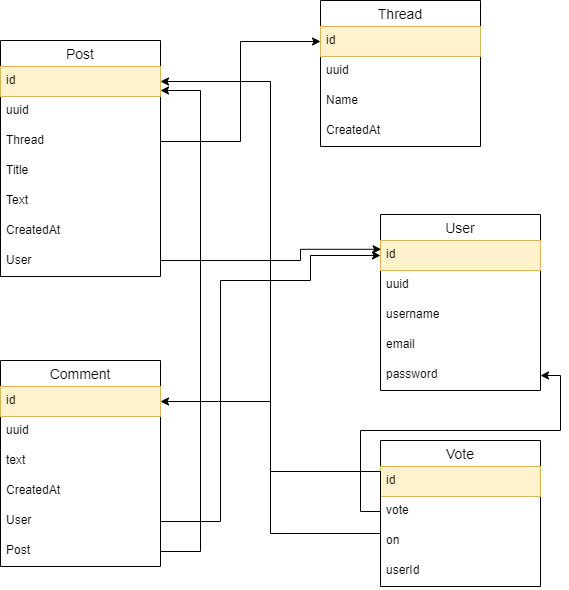
Earlier version of the draw.io export docs/db-schema.drawio.png (3zbumban/php-reddit-clone). Source tidied: cells renumbered, new cells last; positions are measured from the earlier drawing's top-left corner, leaving out a move shared by most shapes. Source of this version:
```xml
<mxGraphModel>
  <root>
    <mxCell id="0" />
    <mxCell id="1" parent="0" />
    <mxCell id="2" value="Thread" style="swimlane;fontStyle=0;horizontal=1;startSize=26;align=center;fontSize=14;" parent="1" vertex="1">
      <mxGeometry x="320" width="160" height="146" as="geometry" />
    </mxCell>
    <mxCell id="3" value="id" style="text;strokeColor=#d6b656;fillColor=#fff2cc;spacingLeft=4;spacingRight=4;overflow=hidden;points=[[0,0.5],[1,0.5]];portConstraint=eastwest;fontSize=12;" parent="2" vertex="1">
      <mxGeometry y="26" width="160" height="30" as="geometry" />
    </mxCell>
    <mxCell id="4" value="uuid" style="text;strokeColor=none;fillColor=none;spacingLeft=4;spacingRight=4;overflow=hidden;fontSize=12;" parent="2" vertex="1">
      <mxGeometry y="56" width="160" height="30" as="geometry" />
    </mxCell>
    <mxCell id="5" value="Name" style="text;strokeColor=none;fillColor=none;spacingLeft=4;spacingRight=4;overflow=hidden;fontSize=12;" parent="2" vertex="1">
      <mxGeometry y="86" width="160" height="30" as="geometry" />
    </mxCell>
    <mxCell id="6" value="CreatedAt" style="text;strokeColor=none;fillColor=none;spacingLeft=4;spacingRight=4;overflow=hidden;fontSize=12;" parent="2" vertex="1">
      <mxGeometry y="116" width="160" height="30" as="geometry" />
    </mxCell>
    <mxCell id="7" value="Post" style="swimlane;fontStyle=0;horizontal=1;startSize=26;align=center;fontSize=14;" parent="1" vertex="1">
      <mxGeometry y="40" width="160" height="236" as="geometry" />
    </mxCell>
    <mxCell id="8" value="id" style="text;strokeColor=#d6b656;fillColor=#fff2cc;spacingLeft=4;spacingRight=4;overflow=hidden;points=[[0,0.5],[1,0.5]];portConstraint=eastwest;fontSize=12;" parent="7" vertex="1">
      <mxGeometry y="26" width="160" height="30" as="geometry" />
    </mxCell>
    <mxCell id="9" value="uuid" style="text;strokeColor=none;fillColor=none;spacingLeft=4;spacingRight=4;overflow=hidden;fontSize=12;" parent="7" vertex="1">
      <mxGeometry y="56" width="160" height="30" as="geometry" />
    </mxCell>
    <mxCell id="10" value="Thread" style="text;strokeColor=none;fillColor=none;spacingLeft=4;spacingRight=4;overflow=hidden;points=[[0,0.5],[1,0.5]];portConstraint=eastwest;fontSize=12;" parent="7" vertex="1">
      <mxGeometry y="86" width="160" height="30" as="geometry" />
    </mxCell>
    <mxCell id="11" value="Title" style="text;strokeColor=none;fillColor=none;spacingLeft=4;spacingRight=4;overflow=hidden;fontSize=12;" parent="7" vertex="1">
      <mxGeometry y="116" width="160" height="30" as="geometry" />
    </mxCell>
    <mxCell id="12" value="Text" style="text;strokeColor=none;fillColor=none;spacingLeft=4;spacingRight=4;overflow=hidden;fontSize=12;" parent="7" vertex="1">
      <mxGeometry y="146" width="160" height="30" as="geometry" />
    </mxCell>
    <mxCell id="13" value="CreatedAt" style="text;strokeColor=none;fillColor=none;spacingLeft=4;spacingRight=4;overflow=hidden;fontSize=12;" parent="7" vertex="1">
      <mxGeometry y="176" width="160" height="30" as="geometry" />
    </mxCell>
    <mxCell id="14" value="User" style="text;strokeColor=none;fillColor=none;spacingLeft=4;spacingRight=4;overflow=hidden;fontSize=12;" parent="7" vertex="1">
      <mxGeometry y="206" width="160" height="30" as="geometry" />
    </mxCell>
    <mxCell id="15" value="User" style="swimlane;fontStyle=0;horizontal=1;startSize=26;align=center;fontSize=14;" parent="1" vertex="1">
      <mxGeometry x="380" y="214" width="160" height="176" as="geometry" />
    </mxCell>
    <mxCell id="16" value="id" style="text;strokeColor=#d6b656;fillColor=#fff2cc;spacingLeft=4;spacingRight=4;overflow=hidden;points=[[0,0.5],[1,0.5]];portConstraint=eastwest;fontSize=12;" parent="15" vertex="1">
      <mxGeometry y="26" width="160" height="30" as="geometry" />
    </mxCell>
    <mxCell id="17" value="uuid" style="text;strokeColor=none;fillColor=none;spacingLeft=4;spacingRight=4;overflow=hidden;fontSize=12;" parent="15" vertex="1">
      <mxGeometry y="56" width="160" height="30" as="geometry" />
    </mxCell>
    <mxCell id="18" value="username " style="text;strokeColor=none;fillColor=none;spacingLeft=4;spacingRight=4;overflow=hidden;fontSize=12;" parent="15" vertex="1">
      <mxGeometry y="86" width="160" height="30" as="geometry" />
    </mxCell>
    <mxCell id="19" value="email" style="text;strokeColor=none;fillColor=none;spacingLeft=4;spacingRight=4;overflow=hidden;fontSize=12;" parent="15" vertex="1">
      <mxGeometry y="116" width="160" height="30" as="geometry" />
    </mxCell>
    <mxCell id="20" value="password" style="text;strokeColor=none;fillColor=none;spacingLeft=4;spacingRight=4;overflow=hidden;points=[[0,0.5],[1,0.5]];portConstraint=eastwest;fontSize=12;" parent="15" vertex="1">
      <mxGeometry y="146" width="160" height="30" as="geometry" />
    </mxCell>
    <mxCell id="21" value="Comment" style="swimlane;fontStyle=0;horizontal=1;startSize=26;align=center;fontSize=14;" parent="1" vertex="1">
      <mxGeometry y="360" width="160" height="206" as="geometry" />
    </mxCell>
    <mxCell id="22" value="id" style="text;strokeColor=#d6b656;fillColor=#fff2cc;spacingLeft=4;spacingRight=4;overflow=hidden;points=[[0,0.5],[1,0.5]];portConstraint=eastwest;fontSize=12;" parent="21" vertex="1">
      <mxGeometry y="26" width="160" height="30" as="geometry" />
    </mxCell>
    <mxCell id="23" value="uuid" style="text;strokeColor=none;fillColor=none;spacingLeft=4;spacingRight=4;overflow=hidden;fontSize=12;" parent="21" vertex="1">
      <mxGeometry y="56" width="160" height="30" as="geometry" />
    </mxCell>
    <mxCell id="24" value="text" style="text;strokeColor=none;fillColor=none;spacingLeft=4;spacingRight=4;overflow=hidden;fontSize=12;" parent="21" vertex="1">
      <mxGeometry y="86" width="160" height="30" as="geometry" />
    </mxCell>
    <mxCell id="25" value="CreatedAt" style="text;strokeColor=none;fillColor=none;spacingLeft=4;spacingRight=4;overflow=hidden;fontSize=12;" parent="21" vertex="1">
      <mxGeometry y="116" width="160" height="30" as="geometry" />
    </mxCell>
    <mxCell id="26" value="User" style="text;strokeColor=none;fillColor=none;spacingLeft=4;spacingRight=4;overflow=hidden;points=[[0,0.5],[1,0.5]];portConstraint=eastwest;fontSize=12;shadow=0;" parent="21" vertex="1">
      <mxGeometry y="146" width="160" height="30" as="geometry" />
    </mxCell>
    <mxCell id="27" value="Post" style="text;strokeColor=none;fillColor=none;spacingLeft=4;spacingRight=4;overflow=hidden;points=[[0,0.5],[1,0.5]];portConstraint=eastwest;fontSize=12;" parent="21" vertex="1">
      <mxGeometry y="176" width="160" height="30" as="geometry" />
    </mxCell>
    <mxCell id="28" style="edgeStyle=orthogonalEdgeStyle;rounded=0;jettySize=auto;html=1;entryX=0.004;entryY=0.293;entryDx=0;entryDy=0;entryPerimeter=0;" parent="1" edge="1" target="16">
      <mxGeometry relative="1" as="geometry">
        <mxPoint x="160" y="260" as="sourcePoint" />
        <Array as="points">
          <mxPoint x="300" y="260" />
          <mxPoint x="300" y="249" />
        </Array>
      </mxGeometry>
    </mxCell>
    <mxCell id="29" style="edgeStyle=orthogonalEdgeStyle;rounded=0;jettySize=auto;html=1;exitX=1;exitY=0.5;exitDx=0;exitDy=0;entryX=0;entryY=0.5;entryDx=0;entryDy=0;" parent="1" edge="1" source="26" target="16">
      <mxGeometry relative="1" as="geometry">
        <Array as="points">
          <mxPoint x="220" y="521" />
          <mxPoint x="220" y="280" />
          <mxPoint x="310" y="280" />
          <mxPoint x="310" y="255" />
        </Array>
      </mxGeometry>
    </mxCell>
    <mxCell id="30" style="edgeStyle=orthogonalEdgeStyle;rounded=0;jettySize=auto;html=1;exitX=1;exitY=0.5;exitDx=0;exitDy=0;" parent="1" edge="1" source="27">
      <mxGeometry relative="1" as="geometry">
        <mxPoint x="160" y="90" as="targetPoint" />
        <Array as="points">
          <mxPoint x="200" y="551" />
          <mxPoint x="200" y="90" />
          <mxPoint x="160" y="90" />
        </Array>
      </mxGeometry>
    </mxCell>
    <mxCell id="31" style="edgeStyle=orthogonalEdgeStyle;rounded=0;jettySize=auto;html=1;" parent="1" edge="1" source="10" target="3">
      <mxGeometry relative="1" as="geometry" />
    </mxCell>
    <mxCell id="32" value="Vote" style="swimlane;fontStyle=0;horizontal=1;startSize=26;align=center;fontSize=14;fillColor=none;" parent="1" vertex="1">
      <mxGeometry x="380" y="440" width="160" height="146" as="geometry" />
    </mxCell>
    <mxCell id="33" value="id" style="text;strokeColor=#d6b656;fillColor=#fff2cc;spacingLeft=4;spacingRight=4;overflow=hidden;fontSize=12;" parent="32" vertex="1">
      <mxGeometry y="26" width="160" height="30" as="geometry" />
    </mxCell>
    <mxCell id="34" value="vote" style="text;strokeColor=none;fillColor=none;spacingLeft=4;spacingRight=4;overflow=hidden;points=[[0,0.5],[1,0.5]];portConstraint=eastwest;fontSize=12;" parent="32" vertex="1">
      <mxGeometry y="56" width="160" height="30" as="geometry" />
    </mxCell>
    <mxCell id="35" value="on&#10;" style="text;strokeColor=none;fillColor=none;spacingLeft=4;spacingRight=4;overflow=hidden;points=[[0,0.5],[1,0.5]];portConstraint=eastwest;fontSize=12;" parent="32" vertex="1">
      <mxGeometry y="86" width="160" height="30" as="geometry" />
    </mxCell>
    <mxCell id="36" value="userId" style="text;strokeColor=none;fillColor=none;spacingLeft=4;spacingRight=4;overflow=hidden;points=[[0,0.5],[1,0.5]];portConstraint=eastwest;fontSize=12;" parent="32" vertex="1">
      <mxGeometry y="116" width="160" height="30" as="geometry" />
    </mxCell>
    <mxCell id="37" style="edgeStyle=orthogonalEdgeStyle;rounded=0;jettySize=auto;html=1;exitX=1;exitY=0.5;exitDx=0;exitDy=0;entryX=0;entryY=0.5;entryDx=0;entryDy=0;endArrow=none;endFill=0;startArrow=classic;startFill=1;" parent="1" edge="1" source="22" target="35">
      <mxGeometry relative="1" as="geometry">
        <Array as="points">
          <mxPoint x="270" y="401" />
          <mxPoint x="270" y="471" />
        </Array>
      </mxGeometry>
    </mxCell>
    <mxCell id="38" style="edgeStyle=orthogonalEdgeStyle;rounded=0;jettySize=auto;html=1;exitX=1;exitY=0.5;exitDx=0;exitDy=0;entryX=0;entryY=0.233;entryDx=0;entryDy=0;entryPerimeter=0;endArrow=none;endFill=0;startArrow=classic;startFill=1;" parent="1" edge="1" source="8" target="35">
      <mxGeometry relative="1" as="geometry" />
    </mxCell>
    <mxCell id="39" style="edgeStyle=orthogonalEdgeStyle;rounded=0;jettySize=auto;html=1;" parent="1" edge="1" source="34" target="20">
      <mxGeometry relative="1" as="geometry">
        <Array as="points">
          <mxPoint x="360" y="511" />
          <mxPoint x="360" y="430" />
          <mxPoint x="560" y="430" />
          <mxPoint x="560" y="375" />
        </Array>
      </mxGeometry>
    </mxCell>
  </root>
</mxGraphModel>
```
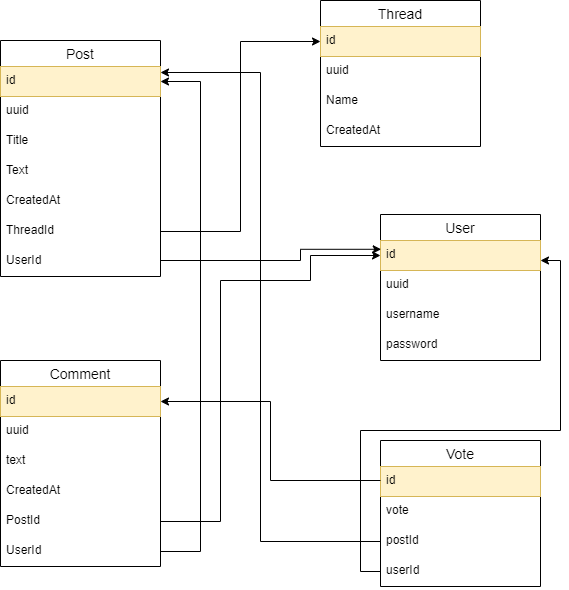
Later version of the same file.

Commit message:
todos and drawings

What changed in the source:
```diff
@@ -26,23 +26,23 @@
     <mxCell id="9" value="uuid" style="text;strokeColor=none;fillColor=none;spacingLeft=4;spacingRight=4;overflow=hidden;fontSize=12;" parent="7" vertex="1">
       <mxGeometry y="56" width="160" height="30" as="geometry" />
     </mxCell>
-    <mxCell id="10" value="Thread" style="text;strokeColor=none;fillColor=none;spacingLeft=4;spacingRight=4;overflow=hidden;points=[[0,0.5],[1,0.5]];portConstraint=eastwest;fontSize=12;" parent="7" vertex="1">
-      <mxGeometry y="86" width="160" height="30" as="geometry" />
-    </mxCell>
     <mxCell id="11" value="Title" style="text;strokeColor=none;fillColor=none;spacingLeft=4;spacingRight=4;overflow=hidden;fontSize=12;" parent="7" vertex="1">
-      <mxGeometry y="116" width="160" height="30" as="geometry" />
+      <mxGeometry y="86" width="160" height="30" as="geometry" />
     </mxCell>
     <mxCell id="12" value="Text" style="text;strokeColor=none;fillColor=none;spacingLeft=4;spacingRight=4;overflow=hidden;fontSize=12;" parent="7" vertex="1">
-      <mxGeometry y="146" width="160" height="30" as="geometry" />
+      <mxGeometry y="116" width="160" height="30" as="geometry" />
     </mxCell>
     <mxCell id="13" value="CreatedAt" style="text;strokeColor=none;fillColor=none;spacingLeft=4;spacingRight=4;overflow=hidden;fontSize=12;" parent="7" vertex="1">
-      <mxGeometry y="176" width="160" height="30" as="geometry" />
+      <mxGeometry y="146" width="160" height="30" as="geometry" />
     </mxCell>
+    <mxCell id="10" value="ThreadId&#10;" style="text;strokeColor=none;fillColor=none;spacingLeft=4;spacingRight=4;overflow=hidden;points=[[0,0.5],[1,0.5]];portConstraint=eastwest;fontSize=12;" parent="7" vertex="1">
+      <mxGeometry y="176" width="160" height="30" as="geometry" />
+    </mxCell>
-    <mxCell id="14" value="User" style="text;strokeColor=none;fillColor=none;spacingLeft=4;spacingRight=4;overflow=hidden;fontSize=12;" parent="7" vertex="1">
+    <mxCell id="14" value="UserId" style="text;strokeColor=none;fillColor=none;spacingLeft=4;spacingRight=4;overflow=hidden;fontSize=12;" parent="7" vertex="1">
       <mxGeometry y="206" width="160" height="30" as="geometry" />
     </mxCell>
     <mxCell id="15" value="User" style="swimlane;fontStyle=0;horizontal=1;startSize=26;align=center;fontSize=14;" parent="1" vertex="1">
-      <mxGeometry x="380" y="214" width="160" height="176" as="geometry" />
+      <mxGeometry x="380" y="214" width="160" height="146" as="geometry" />
     </mxCell>
     <mxCell id="16" value="id" style="text;strokeColor=#d6b656;fillColor=#fff2cc;spacingLeft=4;spacingRight=4;overflow=hidden;points=[[0,0.5],[1,0.5]];portConstraint=eastwest;fontSize=12;" parent="15" vertex="1">
       <mxGeometry y="26" width="160" height="30" as="geometry" />
@@ -53,11 +53,8 @@
     <mxCell id="18" value="username " style="text;strokeColor=none;fillColor=none;spacingLeft=4;spacingRight=4;overflow=hidden;fontSize=12;" parent="15" vertex="1">
       <mxGeometry y="86" width="160" height="30" as="geometry" />
     </mxCell>
-    <mxCell id="19" value="email" style="text;strokeColor=none;fillColor=none;spacingLeft=4;spacingRight=4;overflow=hidden;fontSize=12;" parent="15" vertex="1">
-      <mxGeometry y="116" width="160" height="30" as="geometry" />
-    </mxCell>
     <mxCell id="20" value="password" style="text;strokeColor=none;fillColor=none;spacingLeft=4;spacingRight=4;overflow=hidden;points=[[0,0.5],[1,0.5]];portConstraint=eastwest;fontSize=12;" parent="15" vertex="1">
-      <mxGeometry y="146" width="160" height="30" as="geometry" />
+      <mxGeometry y="116" width="160" height="30" as="geometry" />
     </mxCell>
     <mxCell id="21" value="Comment" style="swimlane;fontStyle=0;horizontal=1;startSize=26;align=center;fontSize=14;" parent="1" vertex="1">
       <mxGeometry y="360" width="160" height="206" as="geometry" />
@@ -74,12 +71,12 @@
     <mxCell id="25" value="CreatedAt" style="text;strokeColor=none;fillColor=none;spacingLeft=4;spacingRight=4;overflow=hidden;fontSize=12;" parent="21" vertex="1">
       <mxGeometry y="116" width="160" height="30" as="geometry" />
     </mxCell>
+    <mxCell id="27" value="PostId" style="text;strokeColor=none;fillColor=none;spacingLeft=4;spacingRight=4;overflow=hidden;points=[[0,0.5],[1,0.5]];portConstraint=eastwest;fontSize=12;" parent="21" vertex="1">
+      <mxGeometry y="146" width="160" height="30" as="geometry" />
+    </mxCell>
-    <mxCell id="26" value="User" style="text;strokeColor=none;fillColor=none;spacingLeft=4;spacingRight=4;overflow=hidden;points=[[0,0.5],[1,0.5]];portConstraint=eastwest;fontSize=12;shadow=0;" parent="21" vertex="1">
-      <mxGeometry y="146" width="160" height="30" as="geometry" />
+    <mxCell id="26" value="UserId  " style="text;strokeColor=none;fillColor=none;spacingLeft=4;spacingRight=4;overflow=hidden;points=[[0,0.5],[1,0.5]];portConstraint=eastwest;fontSize=12;shadow=0;" parent="21" vertex="1">
+      <mxGeometry y="176" width="160" height="30" as="geometry" />
     </mxCell>
-    <mxCell id="27" value="Post" style="text;strokeColor=none;fillColor=none;spacingLeft=4;spacingRight=4;overflow=hidden;points=[[0,0.5],[1,0.5]];portConstraint=eastwest;fontSize=12;" parent="21" vertex="1">
-      <mxGeometry y="176" width="160" height="30" as="geometry" />
-    </mxCell>
     <mxCell id="28" style="edgeStyle=orthogonalEdgeStyle;rounded=0;jettySize=auto;html=1;entryX=0.004;entryY=0.293;entryDx=0;entryDy=0;entryPerimeter=0;" parent="1" edge="1" target="16">
       <mxGeometry relative="1" as="geometry">
         <mxPoint x="160" y="260" as="sourcePoint" />
@@ -99,13 +96,12 @@
         </Array>
       </mxGeometry>
     </mxCell>
-    <mxCell id="30" style="edgeStyle=orthogonalEdgeStyle;rounded=0;jettySize=auto;html=1;exitX=1;exitY=0.5;exitDx=0;exitDy=0;" parent="1" edge="1" source="27">
+    <mxCell id="30" style="edgeStyle=orthogonalEdgeStyle;rounded=0;jettySize=auto;html=1;exitX=1;exitY=0.5;exitDx=0;exitDy=0;entryX=1;entryY=0.5;entryDx=0;entryDy=0;" parent="1" edge="1" source="27" target="8">
       <mxGeometry relative="1" as="geometry">
-        <mxPoint x="160" y="90" as="targetPoint" />
         <Array as="points">
+          <mxPoint x="160" y="551" />
           <mxPoint x="200" y="551" />
-          <mxPoint x="200" y="90" />
-          <mxPoint x="160" y="90" />
+          <mxPoint x="200" y="81" />
         </Array>
       </mxGeometry>
     </mxCell>
@@ -121,30 +117,37 @@
     <mxCell id="34" value="vote" style="text;strokeColor=none;fillColor=none;spacingLeft=4;spacingRight=4;overflow=hidden;points=[[0,0.5],[1,0.5]];portConstraint=eastwest;fontSize=12;" parent="32" vertex="1">
       <mxGeometry y="56" width="160" height="30" as="geometry" />
     </mxCell>
-    <mxCell id="35" value="on&#10;" style="text;strokeColor=none;fillColor=none;spacingLeft=4;spacingRight=4;overflow=hidden;points=[[0,0.5],[1,0.5]];portConstraint=eastwest;fontSize=12;" parent="32" vertex="1">
+    <mxCell id="35" value="postId" style="text;strokeColor=none;fillColor=none;spacingLeft=4;spacingRight=4;overflow=hidden;points=[[0,0.5],[1,0.5]];portConstraint=eastwest;fontSize=12;" parent="32" vertex="1">
       <mxGeometry y="86" width="160" height="30" as="geometry" />
     </mxCell>
     <mxCell id="36" value="userId" style="text;strokeColor=none;fillColor=none;spacingLeft=4;spacingRight=4;overflow=hidden;points=[[0,0.5],[1,0.5]];portConstraint=eastwest;fontSize=12;" parent="32" vertex="1">
       <mxGeometry y="116" width="160" height="30" as="geometry" />
     </mxCell>
-    <mxCell id="37" style="edgeStyle=orthogonalEdgeStyle;rounded=0;jettySize=auto;html=1;exitX=1;exitY=0.5;exitDx=0;exitDy=0;entryX=0;entryY=0.5;entryDx=0;entryDy=0;endArrow=none;endFill=0;startArrow=classic;startFill=1;" parent="1" edge="1" source="22" target="35">
+    <mxCell id="37" style="edgeStyle=orthogonalEdgeStyle;rounded=0;jettySize=auto;html=1;exitX=1;exitY=0.5;exitDx=0;exitDy=0;endArrow=none;endFill=0;startArrow=classic;startFill=1;" parent="1" edge="1" source="22">
       <mxGeometry relative="1" as="geometry">
+        <mxPoint x="380" y="480" as="targetPoint" />
         <Array as="points">
           <mxPoint x="270" y="401" />
-          <mxPoint x="270" y="471" />
+          <mxPoint x="270" y="480" />
         </Array>
       </mxGeometry>
     </mxCell>
-    <mxCell id="38" style="edgeStyle=orthogonalEdgeStyle;rounded=0;jettySize=auto;html=1;exitX=1;exitY=0.5;exitDx=0;exitDy=0;entryX=0;entryY=0.233;entryDx=0;entryDy=0;entryPerimeter=0;endArrow=none;endFill=0;startArrow=classic;startFill=1;" parent="1" edge="1" source="8" target="35">
-      <mxGeometry relative="1" as="geometry" />
+    <mxCell id="38" style="edgeStyle=orthogonalEdgeStyle;rounded=0;jettySize=auto;html=1;exitX=1;exitY=0.2;exitDx=0;exitDy=0;entryX=0;entryY=0.5;entryDx=0;entryDy=0;endArrow=none;endFill=0;startArrow=classic;startFill=1;exitPerimeter=0;" parent="1" edge="1" source="8" target="35">
+      <mxGeometry relative="1" as="geometry">
+        <Array as="points">
+          <mxPoint x="260" y="72" />
+          <mxPoint x="260" y="541" />
+        </Array>
+      </mxGeometry>
     </mxCell>
-    <mxCell id="39" style="edgeStyle=orthogonalEdgeStyle;rounded=0;jettySize=auto;html=1;" parent="1" edge="1" source="34" target="20">
+    <mxCell id="39" style="edgeStyle=orthogonalEdgeStyle;rounded=0;jettySize=auto;html=1;exitX=0;exitY=0.5;exitDx=0;exitDy=0;" parent="1" edge="1" source="36">
       <mxGeometry relative="1" as="geometry">
+        <mxPoint x="540" y="260" as="targetPoint" />
         <Array as="points">
-          <mxPoint x="360" y="511" />
+          <mxPoint x="360" y="571" />
           <mxPoint x="360" y="430" />
           <mxPoint x="560" y="430" />
-          <mxPoint x="560" y="375" />
+          <mxPoint x="560" y="260" />
         </Array>
       </mxGeometry>
     </mxCell>
```
